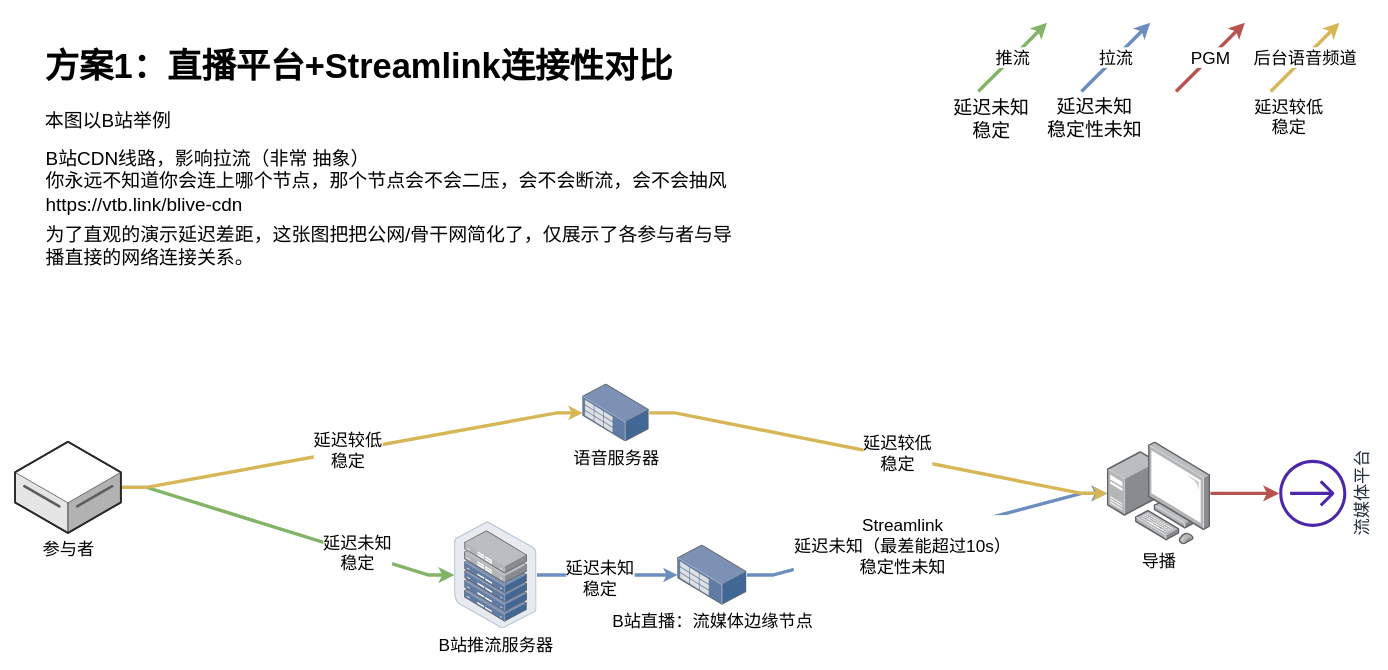
VTB-LINK/DRAW-IO-GRAPH keeps this draw.io diagram as streaming-low-profile-compare.drawio. Above is the earlier version. Source tidied: cells renumbered, new cells numbered last; positions are measured from the earlier drawing's top-left corner, leaving out a move shared by most shapes. Both pictures are drawn from the tidied source at 86%, with x=0, y=0 at pixel (15, 22).
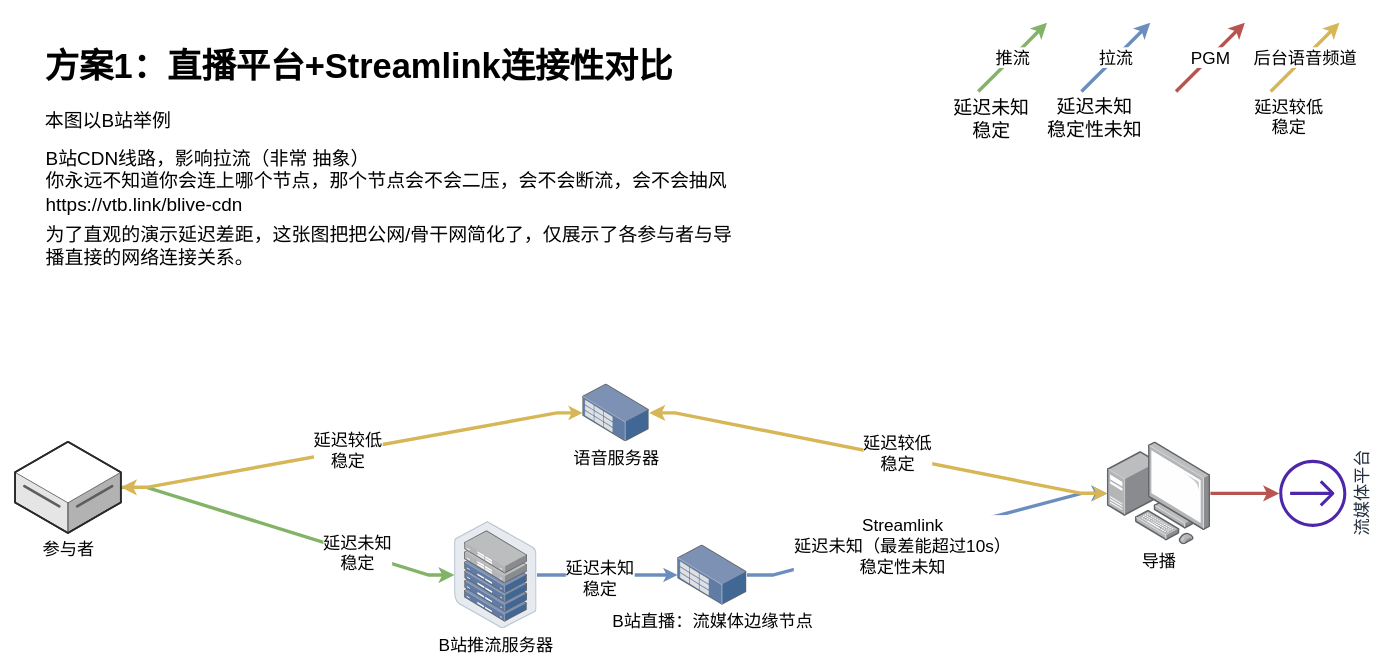
After the change.

Commit message:
fix: add arrow at each endpoint for audio channel

The change refers to these unchanged cells:
```xml
<mxCell id="3" value="&lt;font style=&quot;font-size: 20px;&quot;&gt;导播&lt;/font&gt;" style="points=[];html=1;align=center;shadow=0;dashed=0;image;image=img/lib/allied_telesis/computer_and_terminals/Personal_Computer_with_Server.svg;" parent="1" vertex="1">
  <mxGeometry x="1270" y="487.2" width="120" height="120" as="geometry" />
</mxCell>
<mxCell id="8" value="参与者" style="verticalLabelPosition=bottom;html=1;verticalAlign=top;strokeWidth=1;align=center;outlineConnect=0;dashed=0;outlineConnect=0;shape=mxgraph.aws3d.dataServer;strokeColor=#5E5E5E;fontSize=20;" parent="1" vertex="1">
  <mxGeometry y="487.2" width="123" height="106" as="geometry" />
</mxCell>
<mxCell id="27" value="语音服务器" style="points=[];html=1;align=center;shadow=0;dashed=0;image;image=img/lib/allied_telesis/storage/Datacenter_Server_Rack_Storage_Unit_Small.svg;labelBackgroundColor=none;fontSize=20;fontColor=#000000;" parent="1" vertex="1">
  <mxGeometry x="660" y="420" width="77.4" height="67.2" as="geometry" />
</mxCell>
```

The edit, as a diff of the source:
```diff
@@
-    <mxCell id="6" style="edgeStyle=entityRelationEdgeStyle;rounded=0;jettySize=auto;html=1;strokeWidth=4;fontSize=20;fontColor=#000000;startArrow=none;startFill=0;endSize=4;fillColor=#fff2cc;strokeColor=#d6b656;" parent="1" edge="1" source="8" target="27">
+    <mxCell id="6" style="edgeStyle=entityRelationEdgeStyle;rounded=0;jettySize=auto;html=1;strokeWidth=4;fontSize=20;fontColor=#000000;startArrow=classic;startFill=1;endSize=4;fillColor=#fff2cc;strokeColor=#d6b656;" parent="1" edge="1" source="8" target="27">
       <mxGeometry relative="1" as="geometry" />
     </mxCell>
@@
-    <mxCell id="25" style="edgeStyle=entityRelationEdgeStyle;rounded=0;jettySize=auto;html=1;strokeWidth=4;fontSize=20;fontColor=#000000;startArrow=none;startFill=0;endSize=4;fillColor=#fff2cc;strokeColor=#d6b656;" parent="1" edge="1" source="27" target="3">
+    <mxCell id="25" style="edgeStyle=entityRelationEdgeStyle;rounded=0;jettySize=auto;html=1;strokeWidth=4;fontSize=20;fontColor=#000000;startArrow=classic;startFill=1;endSize=4;fillColor=#fff2cc;strokeColor=#d6b656;" parent="1" edge="1" source="27" target="3">
       <mxGeometry relative="1" as="geometry" />
     </mxCell>
```
